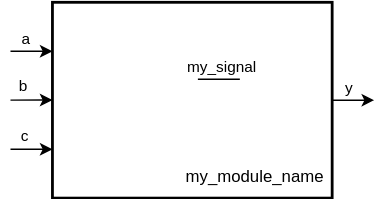
The draw.io diagram Labs/01. Comb Logic/pic/module_example_3.drawio.svg in Konf/PCU-SV-new, before a commit. Source tidied: cells renumbered, new cells last; positions are measured from the earlier drawing's top-left corner, leaving out a move shared by most shapes. Its diagram source:
```xml
<mxGraphModel>
  <root>
    <mxCell id="0" />
    <mxCell id="1" parent="0" />
    <mxCell id="2" style="rounded=0;whiteSpace=wrap;html=1;strokeWidth=2;" parent="1" vertex="1">
      <mxGeometry x="30" width="200" height="140" as="geometry" />
    </mxCell>
    <mxCell id="3" style="edgeStyle=orthogonalEdgeStyle;rounded=0;orthogonalLoop=1;jettySize=auto;html=1;exitX=0;exitY=0.5;exitDx=0;exitDy=0;entryX=0;entryY=0.5;entryDx=0;entryDy=0;" parent="1" edge="1">
      <mxGeometry relative="1" as="geometry">
        <mxPoint y="69.9" as="sourcePoint" />
        <mxPoint x="30" y="70.1" as="targetPoint" />
      </mxGeometry>
    </mxCell>
    <mxCell id="4" value="b" style="edgeLabel;html=1;align=center;verticalAlign=middle;" parent="3" vertex="1">
      <mxGeometry x="-0.4" relative="1" as="geometry">
        <mxPoint y="-10" as="offset" />
      </mxGeometry>
    </mxCell>
    <mxCell id="5" style="edgeStyle=orthogonalEdgeStyle;rounded=0;jettySize=auto;html=1;exitX=0;exitY=0.75;exitDx=0;exitDy=0;entryX=0;entryY=0.75;entryDx=0;entryDy=0;" parent="1" edge="1" target="2">
      <mxGeometry relative="1" as="geometry">
        <mxPoint y="105.1" as="sourcePoint" />
      </mxGeometry>
    </mxCell>
    <mxCell id="6" value="c" style="edgeLabel;html=1;align=center;verticalAlign=middle;" parent="5" vertex="1">
      <mxGeometry x="-0.3" relative="1" as="geometry">
        <mxPoint x="-1" y="-10" as="offset" />
      </mxGeometry>
    </mxCell>
    <mxCell id="7" style="edgeStyle=orthogonalEdgeStyle;rounded=0;jettySize=auto;html=1;exitX=1;exitY=0.5;exitDx=0;exitDy=0;" parent="1" edge="1" source="2">
      <mxGeometry relative="1" as="geometry">
        <mxPoint x="260" y="69.9" as="targetPoint" />
      </mxGeometry>
    </mxCell>
    <mxCell id="8" value="y" style="edgeLabel;html=1;align=center;verticalAlign=middle;" parent="7" vertex="1">
      <mxGeometry x="-0.26" relative="1" as="geometry">
        <mxPoint y="-10" as="offset" />
      </mxGeometry>
    </mxCell>
    <mxCell id="9" value="my_module_name" style="text;html=1;strokeColor=none;fillColor=none;align=center;verticalAlign=middle;whiteSpace=wrap;rounded=0;" parent="1" vertex="1">
      <mxGeometry x="120" y="110" width="110" height="30" as="geometry" />
    </mxCell>
    <mxCell id="10" style="endArrow=classic;html=1;rounded=0;entryX=0;entryY=0.25;entryDx=0;entryDy=0;" parent="1" edge="1" target="2">
      <mxGeometry relative="1" as="geometry">
        <mxPoint y="35" as="sourcePoint" />
      </mxGeometry>
    </mxCell>
    <mxCell id="11" value="a" style="edgeLabel;html=1;align=center;verticalAlign=middle;" parent="10" vertex="1">
      <mxGeometry x="-0.4" y="-1" relative="1" as="geometry">
        <mxPoint x="1" y="-11" as="offset" />
      </mxGeometry>
    </mxCell>
    <mxCell id="12" style="endArrow=none;html=1;rounded=0;" parent="1" edge="1">
      <mxGeometry relative="1" as="geometry">
        <mxPoint x="134" y="55" as="sourcePoint" />
        <mxPoint x="164" y="55" as="targetPoint" />
      </mxGeometry>
    </mxCell>
    <mxCell id="13" value="my_signal" style="edgeLabel;html=1;align=center;verticalAlign=middle;" parent="12" vertex="1">
      <mxGeometry x="-0.47" relative="1" as="geometry">
        <mxPoint x="8" y="-10" as="offset" />
      </mxGeometry>
    </mxCell>
  </root>
</mxGraphModel>
```
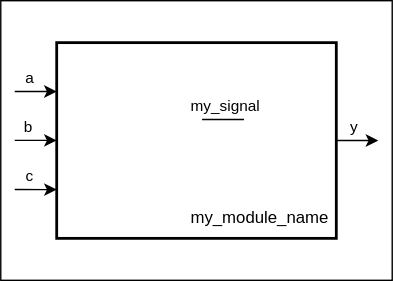
The same diagram one commit later.

Change to the diagram source:
```diff
@@ -2,63 +2,66 @@
   <root>
     <mxCell id="0" />
     <mxCell id="1" parent="0" />
+    <mxCell id="14" style="rounded=0;whiteSpace=wrap;html=1;fillColor=#FFFFFF;" parent="1" vertex="1">
+      <mxGeometry x="-10" y="-30" width="280" height="200" as="geometry" />
+    </mxCell>
-    <mxCell id="2" style="rounded=0;whiteSpace=wrap;html=1;strokeWidth=2;" parent="1" vertex="1">
+    <mxCell id="2" style="rounded=0;whiteSpace=wrap;html=1;strokeWidth=2;strokeColor=#000000;fillColor=#FFFFFF;" parent="1" vertex="1">
       <mxGeometry x="30" width="200" height="140" as="geometry" />
     </mxCell>
-    <mxCell id="3" style="edgeStyle=orthogonalEdgeStyle;rounded=0;orthogonalLoop=1;jettySize=auto;html=1;exitX=0;exitY=0.5;exitDx=0;exitDy=0;entryX=0;entryY=0.5;entryDx=0;entryDy=0;" parent="1" edge="1">
+    <mxCell id="3" style="edgeStyle=orthogonalEdgeStyle;rounded=0;orthogonalLoop=1;jettySize=auto;html=1;exitX=0;exitY=0.5;exitDx=0;exitDy=0;entryX=0;entryY=0.5;entryDx=0;entryDy=0;strokeColor=#000000;" parent="1" edge="1">
       <mxGeometry relative="1" as="geometry">
         <mxPoint y="69.9" as="sourcePoint" />
         <mxPoint x="30" y="70.1" as="targetPoint" />
       </mxGeometry>
     </mxCell>
-    <mxCell id="4" value="b" style="edgeLabel;html=1;align=center;verticalAlign=middle;" parent="3" vertex="1">
+    <mxCell id="4" value="b" style="edgeLabel;html=1;align=center;verticalAlign=middle;labelBackgroundColor=none;fontColor=#000000;" parent="3" vertex="1">
       <mxGeometry x="-0.4" relative="1" as="geometry">
         <mxPoint y="-10" as="offset" />
       </mxGeometry>
     </mxCell>
-    <mxCell id="5" style="edgeStyle=orthogonalEdgeStyle;rounded=0;jettySize=auto;html=1;exitX=0;exitY=0.75;exitDx=0;exitDy=0;entryX=0;entryY=0.75;entryDx=0;entryDy=0;" parent="1" edge="1" target="2">
+    <mxCell id="5" style="edgeStyle=orthogonalEdgeStyle;rounded=0;jettySize=auto;html=1;exitX=0;exitY=0.75;exitDx=0;exitDy=0;entryX=0;entryY=0.75;entryDx=0;entryDy=0;strokeColor=#000000;" parent="1" edge="1" target="2">
       <mxGeometry relative="1" as="geometry">
         <mxPoint y="105.1" as="sourcePoint" />
       </mxGeometry>
     </mxCell>
-    <mxCell id="6" value="c" style="edgeLabel;html=1;align=center;verticalAlign=middle;" parent="5" vertex="1">
+    <mxCell id="6" value="c" style="edgeLabel;html=1;align=center;verticalAlign=middle;labelBackgroundColor=none;fontColor=#000000;" parent="5" vertex="1">
       <mxGeometry x="-0.3" relative="1" as="geometry">
         <mxPoint x="-1" y="-10" as="offset" />
       </mxGeometry>
     </mxCell>
-    <mxCell id="7" style="edgeStyle=orthogonalEdgeStyle;rounded=0;jettySize=auto;html=1;exitX=1;exitY=0.5;exitDx=0;exitDy=0;" parent="1" edge="1" source="2">
+    <mxCell id="7" style="edgeStyle=orthogonalEdgeStyle;rounded=0;jettySize=auto;html=1;exitX=1;exitY=0.5;exitDx=0;exitDy=0;strokeColor=#000000;" parent="1" edge="1" source="2">
       <mxGeometry relative="1" as="geometry">
         <mxPoint x="260" y="69.9" as="targetPoint" />
       </mxGeometry>
     </mxCell>
-    <mxCell id="8" value="y" style="edgeLabel;html=1;align=center;verticalAlign=middle;" parent="7" vertex="1">
+    <mxCell id="8" value="y" style="edgeLabel;html=1;align=center;verticalAlign=middle;labelBackgroundColor=none;fontColor=#000000;" parent="7" vertex="1">
       <mxGeometry x="-0.26" relative="1" as="geometry">
         <mxPoint y="-10" as="offset" />
       </mxGeometry>
     </mxCell>
-    <mxCell id="9" value="my_module_name" style="text;html=1;strokeColor=none;fillColor=none;align=center;verticalAlign=middle;whiteSpace=wrap;rounded=0;" parent="1" vertex="1">
-      <mxGeometry x="120" y="110" width="110" height="30" as="geometry" />
-    </mxCell>
-    <mxCell id="10" style="endArrow=classic;html=1;rounded=0;entryX=0;entryY=0.25;entryDx=0;entryDy=0;" parent="1" edge="1" target="2">
+    <mxCell id="10" style="endArrow=classic;html=1;rounded=0;entryX=0;entryY=0.25;entryDx=0;entryDy=0;strokeColor=#000000;" parent="1" edge="1" target="2">
       <mxGeometry relative="1" as="geometry">
         <mxPoint y="35" as="sourcePoint" />
       </mxGeometry>
     </mxCell>
-    <mxCell id="11" value="a" style="edgeLabel;html=1;align=center;verticalAlign=middle;" parent="10" vertex="1">
+    <mxCell id="11" value="a" style="edgeLabel;html=1;align=center;verticalAlign=middle;labelBackgroundColor=none;fontColor=#000000;" parent="10" vertex="1">
       <mxGeometry x="-0.4" y="-1" relative="1" as="geometry">
         <mxPoint x="1" y="-11" as="offset" />
       </mxGeometry>
     </mxCell>
-    <mxCell id="12" style="endArrow=none;html=1;rounded=0;" parent="1" edge="1">
+    <mxCell id="12" style="endArrow=none;html=1;rounded=0;strokeColor=#000000;" parent="1" edge="1">
       <mxGeometry relative="1" as="geometry">
         <mxPoint x="134" y="55" as="sourcePoint" />
         <mxPoint x="164" y="55" as="targetPoint" />
       </mxGeometry>
     </mxCell>
-    <mxCell id="13" value="my_signal" style="edgeLabel;html=1;align=center;verticalAlign=middle;" parent="12" vertex="1">
+    <mxCell id="13" value="my_signal" style="edgeLabel;html=1;align=center;verticalAlign=middle;labelBackgroundColor=none;fontColor=#000000;" parent="12" vertex="1">
       <mxGeometry x="-0.47" relative="1" as="geometry">
         <mxPoint x="8" y="-10" as="offset" />
       </mxGeometry>
     </mxCell>
+    <mxCell id="9" value="&lt;font style=&quot;color: rgb(0, 0, 0);&quot;&gt;my_module_name&lt;/font&gt;" style="text;html=1;strokeColor=none;fillColor=none;align=center;verticalAlign=middle;whiteSpace=wrap;rounded=0;" parent="1" vertex="1">
+      <mxGeometry x="120" y="110" width="110" height="30" as="geometry" />
+    </mxCell>
   </root>
 </mxGraphModel>
```
